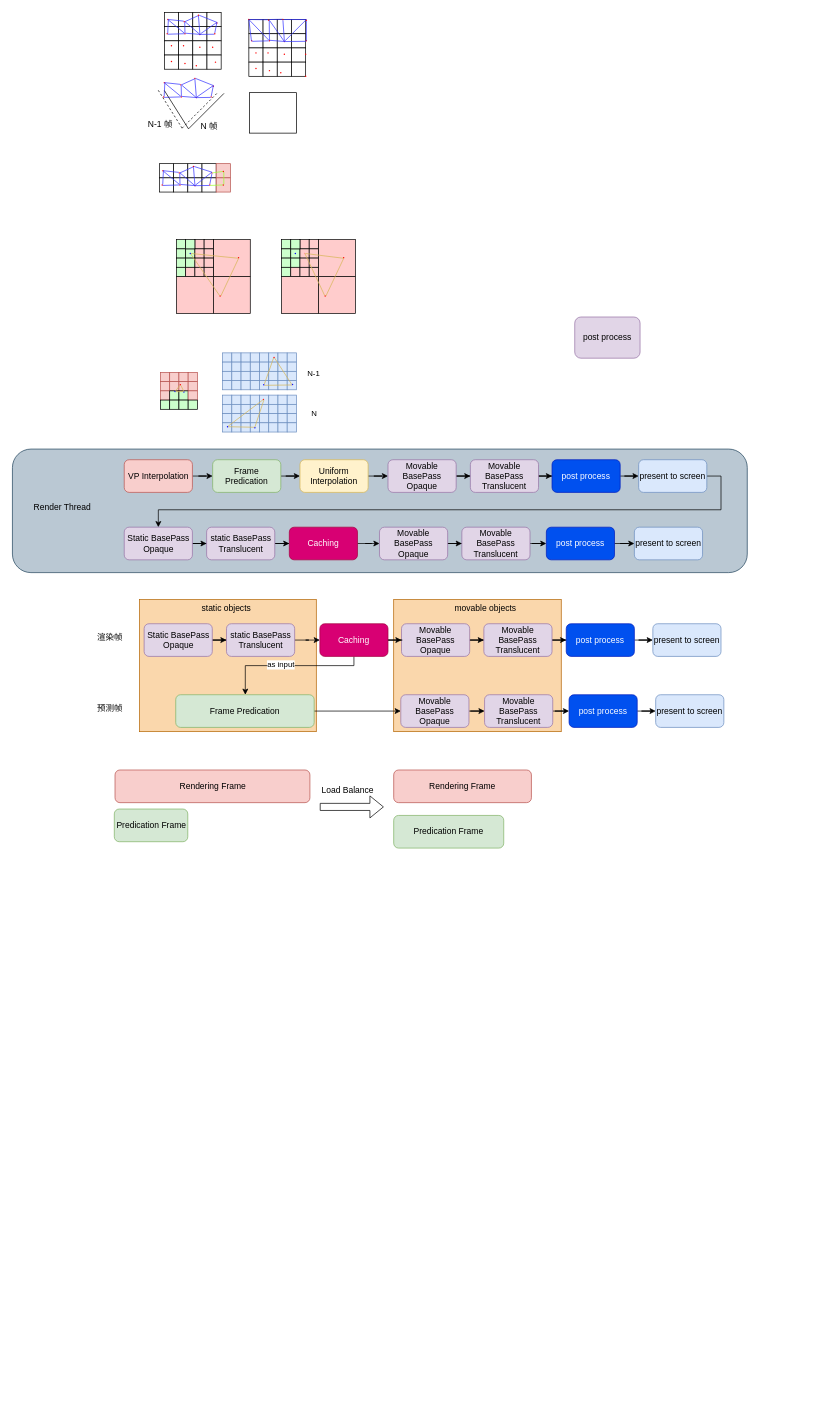
killroshan/visio_chart keeps this draw.io diagram as UE5/未命名绘图.drawio. Above is the earlier version. Source tidied: cells renumbered, new cells numbered last; positions are measured from the earlier drawing's top-left corner, leaving out a move shared by most shapes. Both pictures are drawn from the tidied source at 71%, with x=0, y=0 at pixel (12, 12).
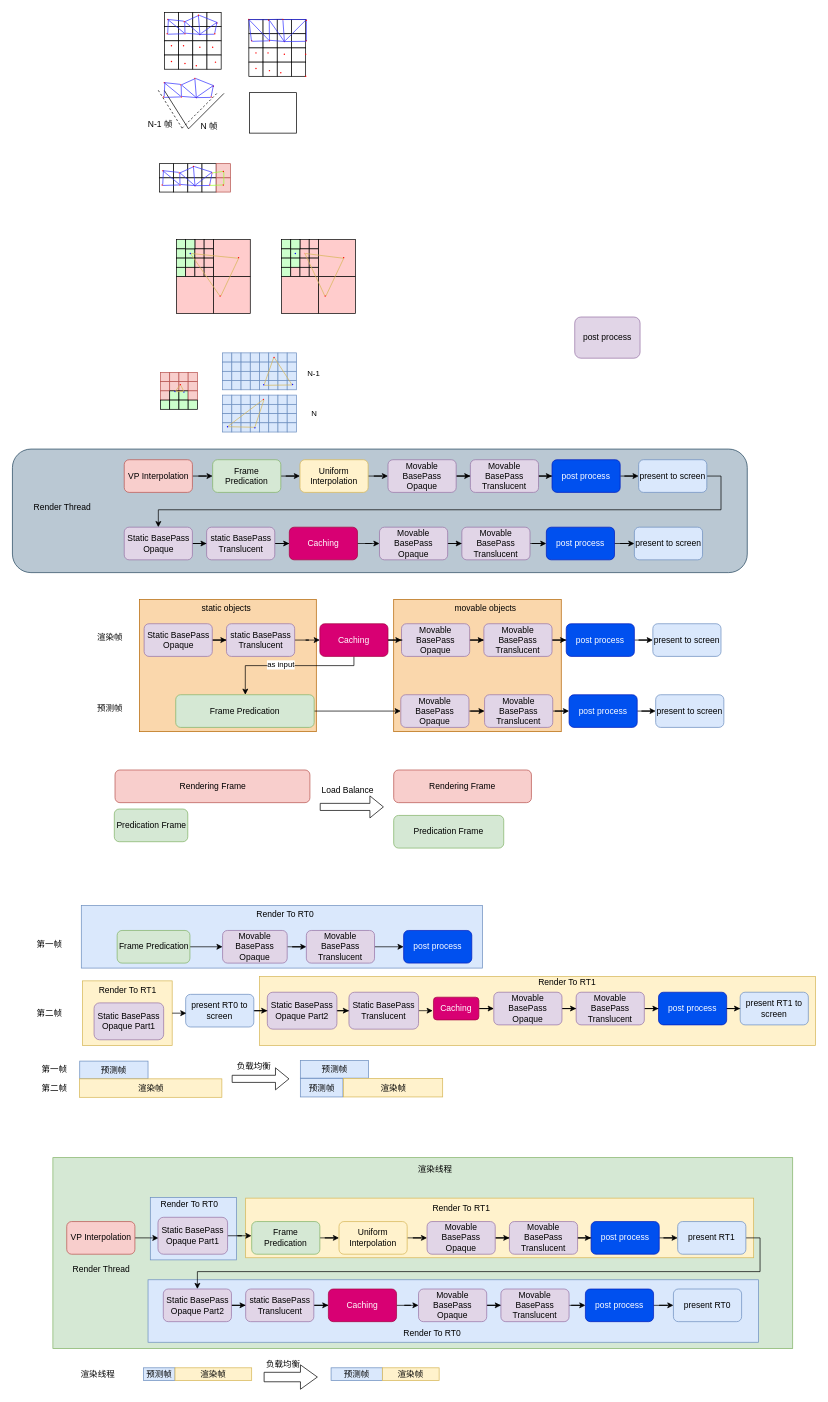
Above is the later version.

Commit message:
更新未命名绘图.drawio

The edit, as a diff of the source:
```diff
@@
+    <mxCell id="373" style="rounded=0;whiteSpace=wrap;html=1;fillColor=#d5e8d4;strokeColor=#82b366;" parent="1" vertex="1">
+      <mxGeometry x="57" y="1613" width="1042" height="269" as="geometry" />
+    </mxCell>
+    <mxCell id="374" style="rounded=0;whiteSpace=wrap;html=1;fillColor=#dae8fc;strokeColor=#6c8ebf;" parent="1" vertex="1">
+      <mxGeometry x="191" y="1785" width="860" height="88" as="geometry" />
+    </mxCell>
+    <mxCell id="375" style="rounded=0;whiteSpace=wrap;html=1;fillColor=#fff2cc;strokeColor=#d6b656;" parent="1" vertex="1">
+      <mxGeometry x="328.5" y="1670" width="715.5" height="84" as="geometry" />
+    </mxCell>
+    <mxCell id="376" style="rounded=0;whiteSpace=wrap;html=1;fillColor=#dae8fc;strokeColor=#6c8ebf;" parent="1" vertex="1">
+      <mxGeometry x="194.2" y="1669" width="121.5" height="88" as="geometry" />
+    </mxCell>
+    <mxCell id="377" style="rounded=0;whiteSpace=wrap;html=1;fillColor=#fff2cc;strokeColor=#d6b656;" parent="1" vertex="1">
+      <mxGeometry x="348" y="1358" width="783" height="97" as="geometry" />
+    </mxCell>
+    <mxCell id="378" style="rounded=0;whiteSpace=wrap;html=1;fillColor=#fff2cc;strokeColor=#d6b656;" parent="1" vertex="1">
+      <mxGeometry x="98.5" y="1364" width="126.5" height="91" as="geometry" />
+    </mxCell>
+    <mxCell id="379" style="rounded=0;whiteSpace=wrap;html=1;fillColor=#dae8fc;strokeColor=#6c8ebf;" parent="1" vertex="1">
+      <mxGeometry x="97" y="1258" width="565" height="88" as="geometry" />
+    </mxCell>
@@
+    <mxCell id="380" style="edgeStyle=orthogonalEdgeStyle;rounded=0;jettySize=auto;html=1;" parent="1" edge="1" source="381" target="383">
+      <mxGeometry relative="1" as="geometry" />
+    </mxCell>
+    <mxCell id="381" value="&lt;p&gt;Frame Predication&lt;br&gt;&lt;/p&gt;" style="rounded=1;whiteSpace=wrap;html=1;fillColor=#d5e8d4;strokeColor=#82b366;" parent="1" vertex="1">
+      <mxGeometry x="147.5" y="1293" width="102.5" height="46" as="geometry" />
+    </mxCell>
+    <mxCell id="382" style="edgeStyle=orthogonalEdgeStyle;rounded=0;jettySize=auto;html=1;" parent="1" edge="1" source="383" target="385">
+      <mxGeometry relative="1" as="geometry" />
+    </mxCell>
+    <mxCell id="383" value="&lt;p&gt;Movable BasePass Opaque&lt;/p&gt;" style="rounded=1;whiteSpace=wrap;html=1;fillColor=#e1d5e7;strokeColor=#9673a6;" parent="1" vertex="1">
+      <mxGeometry x="296" y="1293" width="91" height="46" as="geometry" />
+    </mxCell>
+    <mxCell id="384" style="edgeStyle=orthogonalEdgeStyle;rounded=0;jettySize=auto;html=1;" parent="1" edge="1" source="385" target="386">
+      <mxGeometry relative="1" as="geometry" />
+    </mxCell>
+    <mxCell id="385" value="&lt;p&gt;Movable BasePass Translucent&lt;/p&gt;" style="rounded=1;whiteSpace=wrap;html=1;fillColor=#e1d5e7;strokeColor=#9673a6;" parent="1" vertex="1">
+      <mxGeometry x="414" y="1293" width="96" height="46" as="geometry" />
+    </mxCell>
+    <mxCell id="386" value="&lt;p&gt;post process&lt;br&gt;&lt;/p&gt;" style="rounded=1;whiteSpace=wrap;html=1;fillColor=#0050ef;strokeColor=#001DBC;fontColor=#ffffff;" parent="1" vertex="1">
+      <mxGeometry x="551" y="1293" width="96" height="46" as="geometry" />
+    </mxCell>
+    <mxCell id="387" value="Render To RT0" style="text;html=1;align=center;verticalAlign=middle;strokeColor=none;fillColor=none;" parent="1" vertex="1">
+      <mxGeometry x="334" y="1258" width="99" height="26" as="geometry" />
+    </mxCell>
+    <mxCell id="388" value="第一帧" style="text;html=1;align=center;verticalAlign=middle;strokeColor=none;fillColor=none;" parent="1" vertex="1">
+      <mxGeometry x="25" y="1300" width="54" height="26" as="geometry" />
+    </mxCell>
+    <mxCell id="389" value="&lt;p&gt;Static BasePass Opaque Part1&lt;/p&gt;" style="rounded=1;whiteSpace=wrap;html=1;fillColor=#e1d5e7;strokeColor=#9673a6;" parent="1" vertex="1">
+      <mxGeometry x="115" y="1395" width="98" height="52" as="geometry" />
+    </mxCell>
+    <mxCell id="390" style="edgeStyle=orthogonalEdgeStyle;rounded=0;jettySize=auto;html=1;" parent="1" edge="1" source="391" target="395">
+      <mxGeometry relative="1" as="geometry" />
+    </mxCell>
+    <mxCell id="391" value="&lt;p&gt;present RT0 to screen&lt;br&gt;&lt;/p&gt;" style="rounded=1;whiteSpace=wrap;html=1;fillColor=#dae8fc;strokeColor=#6c8ebf;" parent="1" vertex="1">
+      <mxGeometry x="244" y="1383" width="96" height="46" as="geometry" />
+    </mxCell>
+    <mxCell id="392" value="Render To RT1" style="text;html=1;align=center;verticalAlign=middle;strokeColor=none;fillColor=none;" parent="1" vertex="1">
+      <mxGeometry x="112" y="1364" width="99" height="26" as="geometry" />
+    </mxCell>
+    <mxCell id="393" style="edgeStyle=orthogonalEdgeStyle;rounded=0;jettySize=auto;html=1;entryX=0.003;entryY=0.593;entryDx=0;entryDy=0;entryPerimeter=0;" parent="1" edge="1" source="378" target="391">
+      <mxGeometry relative="1" as="geometry" />
+    </mxCell>
+    <mxCell id="394" style="edgeStyle=orthogonalEdgeStyle;rounded=0;jettySize=auto;html=1;" parent="1" edge="1" source="395" target="397">
+      <mxGeometry relative="1" as="geometry" />
+    </mxCell>
+    <mxCell id="395" value="&lt;p&gt;Static BasePass Opaque Part2&lt;br&gt;&lt;/p&gt;" style="rounded=1;whiteSpace=wrap;html=1;fillColor=#e1d5e7;strokeColor=#9673a6;" parent="1" vertex="1">
+      <mxGeometry x="359" y="1380" width="98" height="52" as="geometry" />
+    </mxCell>
+    <mxCell id="396" style="edgeStyle=orthogonalEdgeStyle;rounded=0;jettySize=auto;html=1;" parent="1" edge="1" source="397">
+      <mxGeometry relative="1" as="geometry">
+        <mxPoint x="592.4" y="1406" as="targetPoint" />
+      </mxGeometry>
+    </mxCell>
+    <mxCell id="397" value="&lt;p&gt;Static BasePass Translucent&lt;br&gt;&lt;/p&gt;" style="rounded=1;whiteSpace=wrap;html=1;fillColor=#e1d5e7;strokeColor=#9673a6;" parent="1" vertex="1">
+      <mxGeometry x="474" y="1380" width="98" height="52" as="geometry" />
+    </mxCell>
+    <mxCell id="398" style="edgeStyle=orthogonalEdgeStyle;rounded=0;jettySize=auto;html=1;" parent="1" edge="1" source="399" target="401">
+      <mxGeometry relative="1" as="geometry" />
+    </mxCell>
+    <mxCell id="399" value="&lt;p&gt;Caching&lt;/p&gt;" style="rounded=1;whiteSpace=wrap;html=1;fillColor=#d80073;strokeColor=#A50040;fontColor=#ffffff;" parent="1" vertex="1">
+      <mxGeometry x="593" y="1387" width="64" height="32" as="geometry" />
+    </mxCell>
+    <mxCell id="400" style="edgeStyle=orthogonalEdgeStyle;rounded=0;jettySize=auto;html=1;" parent="1" edge="1" source="401" target="403">
+      <mxGeometry relative="1" as="geometry" />
+    </mxCell>
+    <mxCell id="401" value="&lt;p&gt;Movable BasePass Opaque&lt;/p&gt;" style="rounded=1;whiteSpace=wrap;html=1;fillColor=#e1d5e7;strokeColor=#9673a6;" parent="1" vertex="1">
+      <mxGeometry x="678" y="1380" width="96" height="46" as="geometry" />
+    </mxCell>
+    <mxCell id="402" style="edgeStyle=orthogonalEdgeStyle;rounded=0;jettySize=auto;html=1;" parent="1" edge="1" source="403" target="405">
+      <mxGeometry relative="1" as="geometry" />
+    </mxCell>
+    <mxCell id="403" value="&lt;p&gt;Movable BasePass Translucent&lt;/p&gt;" style="rounded=1;whiteSpace=wrap;html=1;fillColor=#e1d5e7;strokeColor=#9673a6;" parent="1" vertex="1">
+      <mxGeometry x="794" y="1380" width="96" height="46" as="geometry" />
+    </mxCell>
+    <mxCell id="404" style="edgeStyle=orthogonalEdgeStyle;rounded=0;jettySize=auto;html=1;" parent="1" edge="1" source="405" target="406">
+      <mxGeometry relative="1" as="geometry" />
+    </mxCell>
+    <mxCell id="405" value="&lt;p&gt;post process&lt;br&gt;&lt;/p&gt;" style="rounded=1;whiteSpace=wrap;html=1;fillColor=#0050ef;strokeColor=#001DBC;fontColor=#ffffff;" parent="1" vertex="1">
+      <mxGeometry x="910" y="1380" width="96" height="46" as="geometry" />
+    </mxCell>
+    <mxCell id="406" value="&lt;p&gt;present RT1 to screen&lt;br&gt;&lt;/p&gt;" style="rounded=1;whiteSpace=wrap;html=1;fillColor=#dae8fc;strokeColor=#6c8ebf;" parent="1" vertex="1">
+      <mxGeometry x="1025" y="1380" width="96" height="46" as="geometry" />
+    </mxCell>
+    <mxCell id="407" value="Render To RT1" style="text;html=1;align=center;verticalAlign=middle;strokeColor=none;fillColor=none;" parent="1" vertex="1">
+      <mxGeometry x="731" y="1354" width="99" height="26" as="geometry" />
+    </mxCell>
+    <mxCell id="408" value="预测帧" style="rounded=0;whiteSpace=wrap;html=1;fillColor=#dae8fc;strokeColor=#6c8ebf;" parent="1" vertex="1">
+      <mxGeometry x="94.8" y="1477" width="96.2" height="25" as="geometry" />
+    </mxCell>
+    <mxCell id="409" value="预测帧" style="rounded=0;whiteSpace=wrap;html=1;fillColor=#dae8fc;strokeColor=#6c8ebf;" parent="1" vertex="1">
+      <mxGeometry x="405.5" y="1501.5" width="60" height="26" as="geometry" />
+    </mxCell>
+    <mxCell id="410" value="渲染帧" style="rounded=0;whiteSpace=wrap;html=1;fillColor=#fff2cc;strokeColor=#d6b656;" parent="1" vertex="1">
+      <mxGeometry x="94.5" y="1502" width="200.5" height="26" as="geometry" />
+    </mxCell>
+    <mxCell id="411" value="第二帧" style="text;html=1;align=center;verticalAlign=middle;strokeColor=none;fillColor=none;" parent="1" vertex="1">
+      <mxGeometry x="25" y="1396.5" width="54" height="26" as="geometry" />
+    </mxCell>
+    <mxCell id="412" value="第一帧" style="text;html=1;align=center;verticalAlign=middle;strokeColor=none;fillColor=none;" parent="1" vertex="1">
+      <mxGeometry x="32" y="1476" width="54" height="26" as="geometry" />
+    </mxCell>
+    <mxCell id="413" value="第二帧" style="text;html=1;align=center;verticalAlign=middle;strokeColor=none;fillColor=none;" parent="1" vertex="1">
+      <mxGeometry x="32" y="1502" width="54" height="26" as="geometry" />
+    </mxCell>
+    <mxCell id="414" value="预测帧" style="rounded=0;whiteSpace=wrap;html=1;fillColor=#dae8fc;strokeColor=#6c8ebf;" parent="1" vertex="1">
+      <mxGeometry x="405.5" y="1476" width="96.2" height="25" as="geometry" />
+    </mxCell>
+    <mxCell id="415" value="渲染帧" style="rounded=0;whiteSpace=wrap;html=1;fillColor=#fff2cc;strokeColor=#d6b656;" parent="1" vertex="1">
+      <mxGeometry x="466.5" y="1501.5" width="139.5" height="26" as="geometry" />
+    </mxCell>
+    <mxCell id="416" style="shape=flexArrow;endArrow=classic;html=1;rounded=0;" parent="1" edge="1">
+      <mxGeometry relative="1" as="geometry">
+        <mxPoint x="309" y="1502" as="sourcePoint" />
+        <mxPoint x="390" y="1502" as="targetPoint" />
+      </mxGeometry>
+    </mxCell>
+    <mxCell id="417" value="负载均衡" style="text;html=1;align=center;verticalAlign=middle;strokeColor=none;fillColor=none;" parent="1" vertex="1">
+      <mxGeometry x="307" y="1471" width="66" height="26" as="geometry" />
+    </mxCell>
+    <mxCell id="418" style="edgeStyle=orthogonalEdgeStyle;rounded=0;jettySize=auto;html=1;entryX=0.007;entryY=0.563;entryDx=0;entryDy=0;entryPerimeter=0;" parent="1" edge="1" source="419" target="447">
+      <mxGeometry relative="1" as="geometry" />
+    </mxCell>
+    <mxCell id="419" value="&lt;p&gt;VP Interpolation&lt;/p&gt;" style="rounded=1;whiteSpace=wrap;html=1;fillColor=#f8cecc;strokeColor=#b85450;" parent="1" vertex="1">
+      <mxGeometry x="76.5" y="1703" width="96" height="46" as="geometry" />
+    </mxCell>
+    <mxCell id="420" style="edgeStyle=orthogonalEdgeStyle;rounded=0;jettySize=auto;html=1;" parent="1" edge="1" source="421" target="423">
+      <mxGeometry relative="1" as="geometry" />
+    </mxCell>
+    <mxCell id="421" value="&lt;p&gt;Frame Predication&lt;/p&gt;" style="rounded=1;whiteSpace=wrap;html=1;fillColor=#d5e8d4;strokeColor=#82b366;" parent="1" vertex="1">
+      <mxGeometry x="337" y="1703" width="96" height="46" as="geometry" />
+    </mxCell>
+    <mxCell id="422" style="edgeStyle=orthogonalEdgeStyle;rounded=0;jettySize=auto;html=1;" parent="1" edge="1" source="423" target="425">
+      <mxGeometry relative="1" as="geometry" />
+    </mxCell>
+    <mxCell id="423" value="&lt;p&gt;Uniform Interpolation&lt;/p&gt;" style="rounded=1;whiteSpace=wrap;html=1;fillColor=#fff2cc;strokeColor=#d6b656;" parent="1" vertex="1">
+      <mxGeometry x="460" y="1703" width="96" height="46" as="geometry" />
+    </mxCell>
+    <mxCell id="424" style="edgeStyle=orthogonalEdgeStyle;rounded=0;jettySize=auto;html=1;" parent="1" edge="1" source="425" target="427">
+      <mxGeometry relative="1" as="geometry" />
+    </mxCell>
+    <mxCell id="425" value="&lt;p&gt;Movable BasePass Opaque&lt;/p&gt;" style="rounded=1;whiteSpace=wrap;html=1;fillColor=#e1d5e7;strokeColor=#9673a6;" parent="1" vertex="1">
+      <mxGeometry x="584" y="1703" width="96" height="46" as="geometry" />
+    </mxCell>
+    <mxCell id="426" style="edgeStyle=orthogonalEdgeStyle;rounded=0;jettySize=auto;html=1;" parent="1" edge="1" source="427" target="429">
+      <mxGeometry relative="1" as="geometry" />
+    </mxCell>
+    <mxCell id="427" value="&lt;p&gt;Movable BasePass Translucent&lt;/p&gt;" style="rounded=1;whiteSpace=wrap;html=1;fillColor=#e1d5e7;strokeColor=#9673a6;" parent="1" vertex="1">
+      <mxGeometry x="700" y="1703" width="96" height="46" as="geometry" />
+    </mxCell>
+    <mxCell id="428" style="edgeStyle=orthogonalEdgeStyle;rounded=0;jettySize=auto;html=1;" parent="1" edge="1" source="429" target="431">
+      <mxGeometry relative="1" as="geometry" />
+    </mxCell>
+    <mxCell id="429" value="&lt;p&gt;post process&lt;br&gt;&lt;/p&gt;" style="rounded=1;whiteSpace=wrap;html=1;fillColor=#0050ef;strokeColor=#001DBC;fontColor=#ffffff;" parent="1" vertex="1">
+      <mxGeometry x="815" y="1703" width="96" height="46" as="geometry" />
+    </mxCell>
+    <mxCell id="430" style="edgeStyle=orthogonalEdgeStyle;rounded=0;jettySize=auto;html=1;exitX=1;exitY=0.5;exitDx=0;exitDy=0;entryX=0.5;entryY=0;entryDx=0;entryDy=0;" parent="1" edge="1" source="431" target="433">
+      <mxGeometry relative="1" as="geometry" />
+    </mxCell>
+    <mxCell id="431" value="&lt;p&gt;present RT1&lt;br&gt;&lt;/p&gt;" style="rounded=1;whiteSpace=wrap;html=1;fillColor=#dae8fc;strokeColor=#6c8ebf;" parent="1" vertex="1">
+      <mxGeometry x="937" y="1703" width="96" height="46" as="geometry" />
+    </mxCell>
+    <mxCell id="432" style="edgeStyle=orthogonalEdgeStyle;rounded=0;jettySize=auto;html=1;" parent="1" edge="1" source="433" target="435">
+      <mxGeometry relative="1" as="geometry" />
+    </mxCell>
+    <mxCell id="433" value="&lt;p&gt;Static BasePass Opaque Part2&lt;/p&gt;" style="rounded=1;whiteSpace=wrap;html=1;fillColor=#e1d5e7;strokeColor=#9673a6;" parent="1" vertex="1">
+      <mxGeometry x="212.5" y="1798" width="96" height="46" as="geometry" />
+    </mxCell>
+    <mxCell id="434" style="edgeStyle=orthogonalEdgeStyle;rounded=0;jettySize=auto;html=1;" parent="1" edge="1" source="435" target="437">
+      <mxGeometry relative="1" as="geometry" />
+    </mxCell>
+    <mxCell id="435" value="&lt;p&gt;static&amp;nbsp;&lt;span style=&quot;background-color: initial;&quot;&gt;BasePass Translucent&lt;/span&gt;&lt;/p&gt;" style="rounded=1;whiteSpace=wrap;html=1;fillColor=#e1d5e7;strokeColor=#9673a6;" parent="1" vertex="1">
+      <mxGeometry x="328.5" y="1798" width="96" height="46" as="geometry" />
+    </mxCell>
+    <mxCell id="436" style="edgeStyle=orthogonalEdgeStyle;rounded=0;jettySize=auto;html=1;" parent="1" edge="1" source="437" target="439">
+      <mxGeometry relative="1" as="geometry" />
+    </mxCell>
+    <mxCell id="437" value="&lt;p&gt;Caching&lt;/p&gt;" style="rounded=1;whiteSpace=wrap;html=1;fillColor=#d80073;strokeColor=#A50040;fontColor=#ffffff;" parent="1" vertex="1">
+      <mxGeometry x="445" y="1798" width="96" height="46" as="geometry" />
+    </mxCell>
+    <mxCell id="438" style="edgeStyle=orthogonalEdgeStyle;rounded=0;jettySize=auto;html=1;" parent="1" edge="1" source="439" target="441">
+      <mxGeometry relative="1" as="geometry" />
+    </mxCell>
+    <mxCell id="439" value="&lt;p&gt;Movable BasePass Opaque&lt;/p&gt;" style="rounded=1;whiteSpace=wrap;html=1;fillColor=#e1d5e7;strokeColor=#9673a6;" parent="1" vertex="1">
+      <mxGeometry x="572" y="1798" width="96" height="46" as="geometry" />
+    </mxCell>
+    <mxCell id="440" style="edgeStyle=orthogonalEdgeStyle;rounded=0;jettySize=auto;html=1;" parent="1" edge="1" source="441" target="443">
+      <mxGeometry relative="1" as="geometry" />
+    </mxCell>
+    <mxCell id="441" value="&lt;p&gt;Movable BasePass Translucent&lt;/p&gt;" style="rounded=1;whiteSpace=wrap;html=1;fillColor=#e1d5e7;strokeColor=#9673a6;" parent="1" vertex="1">
+      <mxGeometry x="688" y="1798" width="96" height="46" as="geometry" />
+    </mxCell>
+    <mxCell id="442" style="edgeStyle=orthogonalEdgeStyle;rounded=0;jettySize=auto;html=1;" parent="1" edge="1" source="443" target="444">
+      <mxGeometry relative="1" as="geometry" />
+    </mxCell>
+    <mxCell id="443" value="&lt;p&gt;post process&lt;br&gt;&lt;/p&gt;" style="rounded=1;whiteSpace=wrap;html=1;fillColor=#0050ef;strokeColor=#001DBC;fontColor=#ffffff;" parent="1" vertex="1">
+      <mxGeometry x="807" y="1798" width="96" height="46" as="geometry" />
+    </mxCell>
+    <mxCell id="444" value="&lt;p&gt;present RT0&lt;br&gt;&lt;/p&gt;" style="rounded=1;whiteSpace=wrap;html=1;fillColor=#dae8fc;strokeColor=#6c8ebf;" parent="1" vertex="1">
+      <mxGeometry x="931" y="1798" width="96" height="46" as="geometry" />
+    </mxCell>
+    <mxCell id="445" value="Render Thread" style="text;html=1;align=center;verticalAlign=middle;strokeColor=none;fillColor=none;" parent="1" vertex="1">
+      <mxGeometry x="75" y="1757" width="99" height="26" as="geometry" />
+    </mxCell>
+    <mxCell id="446" style="edgeStyle=orthogonalEdgeStyle;rounded=0;jettySize=auto;html=1;entryX=-0.003;entryY=0.435;entryDx=0;entryDy=0;entryPerimeter=0;" parent="1" edge="1" source="447" target="421">
+      <mxGeometry relative="1" as="geometry" />
+    </mxCell>
+    <mxCell id="447" value="&lt;p&gt;Static BasePass Opaque Part1&lt;/p&gt;" style="rounded=1;whiteSpace=wrap;html=1;fillColor=#e1d5e7;strokeColor=#9673a6;" parent="1" vertex="1">
+      <mxGeometry x="205" y="1697" width="98" height="52" as="geometry" />
+    </mxCell>
+    <mxCell id="448" value="Render To RT0" style="text;html=1;align=center;verticalAlign=middle;strokeColor=none;fillColor=none;" parent="1" vertex="1">
+      <mxGeometry x="199" y="1666" width="99" height="26" as="geometry" />
+    </mxCell>
+    <mxCell id="449" value="Render To RT1" style="text;html=1;align=center;verticalAlign=middle;strokeColor=none;fillColor=none;" parent="1" vertex="1">
+      <mxGeometry x="582.5" y="1671" width="99" height="26" as="geometry" />
+    </mxCell>
+    <mxCell id="450" value="Render To RT0" style="text;html=1;align=center;verticalAlign=middle;strokeColor=none;fillColor=none;" parent="1" vertex="1">
+      <mxGeometry x="541" y="1847" width="99" height="26" as="geometry" />
+    </mxCell>
+    <mxCell id="451" value="预测帧" style="rounded=0;whiteSpace=wrap;html=1;fillColor=#dae8fc;strokeColor=#6c8ebf;" parent="1" vertex="1">
+      <mxGeometry x="184.8" y="1909" width="44.2" height="18" as="geometry" />
+    </mxCell>
+    <mxCell id="452" value="渲染帧" style="rounded=0;whiteSpace=wrap;html=1;fillColor=#fff2cc;strokeColor=#d6b656;" parent="1" vertex="1">
+      <mxGeometry x="229" y="1909" width="108" height="18" as="geometry" />
+    </mxCell>
+    <mxCell id="453" value="预测帧" style="rounded=0;whiteSpace=wrap;html=1;fillColor=#dae8fc;strokeColor=#6c8ebf;" parent="1" vertex="1">
+      <mxGeometry x="448.8" y="1909" width="72.2" height="18" as="geometry" />
+    </mxCell>
+    <mxCell id="454" value="渲染帧" style="rounded=0;whiteSpace=wrap;html=1;fillColor=#fff2cc;strokeColor=#d6b656;" parent="1" vertex="1">
+      <mxGeometry x="521" y="1909" width="80" height="18" as="geometry" />
+    </mxCell>
+    <mxCell id="455" value="渲染线程" style="text;html=1;align=center;verticalAlign=middle;strokeColor=none;fillColor=none;" parent="1" vertex="1">
+      <mxGeometry x="86.5" y="1905" width="66" height="26" as="geometry" />
+    </mxCell>
+    <mxCell id="456" style="shape=flexArrow;endArrow=classic;html=1;rounded=0;width=13.333333333333334;endSize=7.608333333333334;" parent="1" edge="1">
+      <mxGeometry relative="1" as="geometry">
+        <mxPoint x="354" y="1922" as="sourcePoint" />
+        <mxPoint x="430" y="1922" as="targetPoint" />
+      </mxGeometry>
+    </mxCell>
+    <mxCell id="457" value="负载均衡" style="text;html=1;align=center;verticalAlign=middle;strokeColor=none;fillColor=none;" parent="1" vertex="1">
+      <mxGeometry x="347.5" y="1891" width="66" height="26" as="geometry" />
+    </mxCell>
+    <mxCell id="458" value="渲染线程" style="text;html=1;align=center;verticalAlign=middle;strokeColor=none;fillColor=none;" parent="1" vertex="1">
+      <mxGeometry x="562" y="1617" width="66" height="26" as="geometry" />
+    </mxCell>
```
